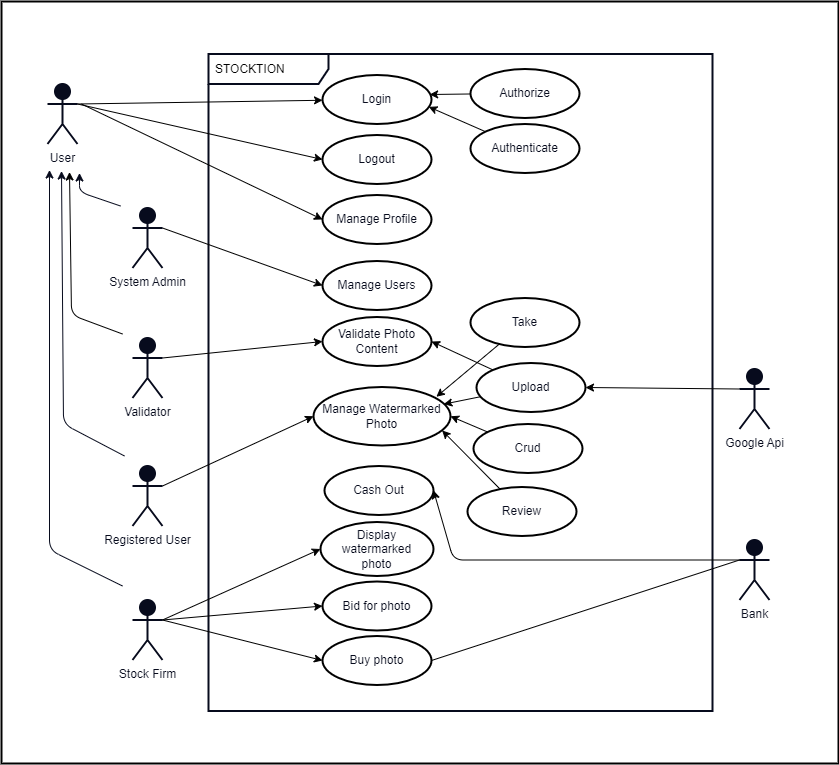
The draw.io diagram diagrams/use-case-diagram/use-case-diagram.png in staucktion/docs, before a commit. Source tidied: cells renumbered, new cells last; positions are measured from the earlier drawing's top-left corner, leaving out a move shared by most shapes.
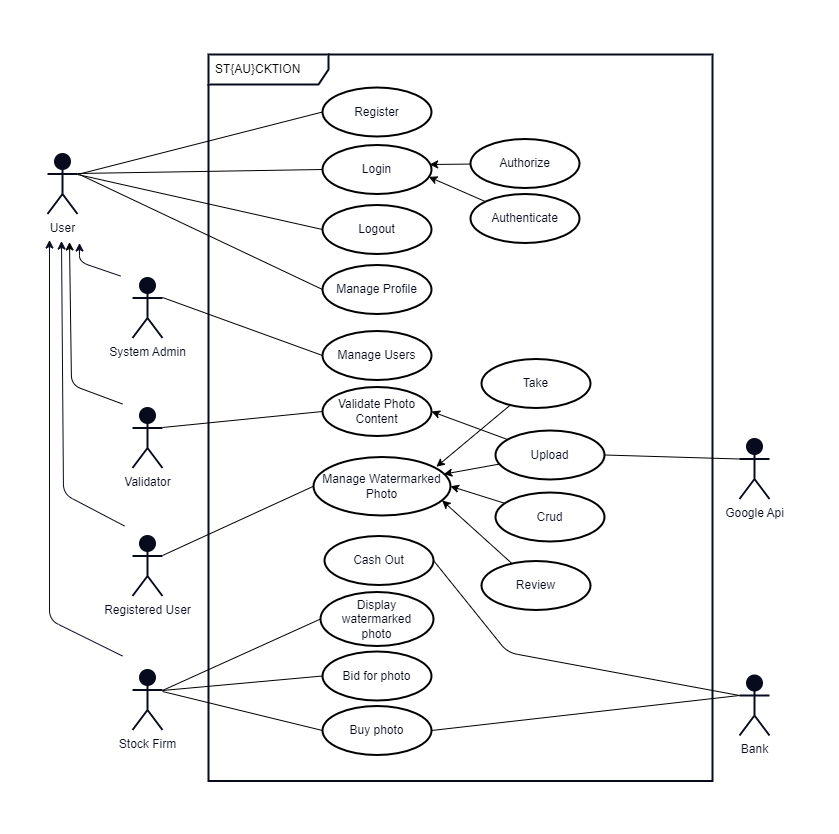
After the change.

Commit message:
update use case diagram

The edit, as a diff of the source:
```diff
@@ -2,8 +2,11 @@
   <root>
     <mxCell id="0" />
     <mxCell id="1" parent="0" />
+    <mxCell id="49" style="rounded=0;whiteSpace=wrap;html=1;strokeColor=#FFFFFF;strokeWidth=2;fontColor=#070B1D;fillColor=none;gradientColor=none;" parent="1" vertex="1">
+      <mxGeometry y="-70" width="837" height="832" as="geometry" />
+    </mxCell>
-    <mxCell id="2" value="STOCKTION" style="shape=umlFrame;whiteSpace=wrap;html=1;width=120;height=30;boundedLbl=1;verticalAlign=middle;align=left;spacingLeft=5;strokeWidth=2;swimlaneFillColor=none;perimeterSpacing=1;strokeColor=#070B1D;" parent="1" vertex="1">
-      <mxGeometry x="207" y="52.5" width="504" height="657" as="geometry" />
+    <mxCell id="2" value="ST{AU}CKTION" style="shape=umlFrame;whiteSpace=wrap;html=1;width=120;height=30;boundedLbl=1;verticalAlign=middle;align=left;spacingLeft=5;strokeWidth=2;swimlaneFillColor=none;perimeterSpacing=1;strokeColor=#070B1D;" parent="1" vertex="1">
+      <mxGeometry x="207" y="-17" width="504" height="726.5" as="geometry" />
     </mxCell>
     <mxCell id="3" style="edgeStyle=none;html=1;strokeColor=#070B1D;fontColor=#070B1D;" parent="1" edge="1">
       <mxGeometry relative="1" as="geometry">
@@ -14,23 +17,9 @@
         </Array>
       </mxGeometry>
     </mxCell>
-    <mxCell id="4" style="edgeStyle=none;rounded=1;html=1;exitX=1;exitY=0.3333333333333333;exitDx=0;exitDy=0;exitPerimeter=0;entryX=0;entryY=0.5;entryDx=0;entryDy=0;strokeColor=#000000;fontColor=#070B1D;" parent="1" edge="1" source="5" target="37">
-      <mxGeometry relative="1" as="geometry" />
-    </mxCell>
     <mxCell id="5" value="&lt;font color=&quot;#070b1d&quot;&gt;Registered User&lt;br&gt;&lt;/font&gt;" style="shape=umlActor;verticalLabelPosition=bottom;verticalAlign=top;html=1;strokeColor=#070B1D;strokeWidth=2;fillColor=#070B1D;gradientColor=none;" parent="1" vertex="1">
       <mxGeometry x="131" y="464.5" width="30" height="60" as="geometry" />
     </mxCell>
-    <mxCell id="6" style="edgeStyle=none;rounded=1;html=1;entryX=0;entryY=0.5;entryDx=0;entryDy=0;strokeColor=#000000;fontColor=#070B1D;" parent="1" edge="1" target="11">
-      <mxGeometry relative="1" as="geometry">
-        <mxPoint x="80" y="102.5" as="sourcePoint" />
-      </mxGeometry>
-    </mxCell>
-    <mxCell id="7" style="edgeStyle=none;rounded=1;html=1;strokeColor=#000000;fontColor=#070B1D;exitX=1;exitY=0.3333333333333333;exitDx=0;exitDy=0;exitPerimeter=0;" parent="1" edge="1" source="9" target="18">
-      <mxGeometry relative="1" as="geometry" />
-    </mxCell>
-    <mxCell id="8" style="edgeStyle=none;rounded=1;html=1;exitX=1;exitY=0.3333333333333333;exitDx=0;exitDy=0;exitPerimeter=0;entryX=0;entryY=0.5;entryDx=0;entryDy=0;strokeColor=#000000;fontColor=#070B1D;" parent="1" edge="1" source="9" target="19">
-      <mxGeometry relative="1" as="geometry" />
-    </mxCell>
     <mxCell id="9" value="&lt;font color=&quot;#070b1d&quot;&gt;User&lt;br&gt;&lt;/font&gt;" style="shape=umlActor;verticalLabelPosition=bottom;verticalAlign=top;html=1;strokeColor=#070B1D;strokeWidth=2;fillColor=#070B1D;gradientColor=none;" parent="1" vertex="1">
       <mxGeometry x="46" y="82.5" width="30" height="60" as="geometry" />
     </mxCell>
@@ -47,7 +36,7 @@
       <mxGeometry relative="1" as="geometry" />
     </mxCell>
     <mxCell id="14" value="Take" style="ellipse;whiteSpace=wrap;html=1;strokeColor=#000000;strokeWidth=2;fontColor=#070B1D;fillColor=none;gradientColor=none;" parent="1" vertex="1">
-      <mxGeometry x="469" y="296.5" width="109" height="49" as="geometry" />
+      <mxGeometry x="480" y="287.5" width="109" height="49" as="geometry" />
     </mxCell>
     <mxCell id="15" style="edgeStyle=none;rounded=1;html=1;entryX=0.951;entryY=0.293;entryDx=0;entryDy=0;entryPerimeter=0;strokeColor=#000000;fontColor=#070B1D;" parent="1" edge="1" source="17" target="37">
       <mxGeometry relative="1" as="geometry" />
@@ -56,7 +45,7 @@
       <mxGeometry relative="1" as="geometry" />
     </mxCell>
     <mxCell id="17" value="Upload" style="ellipse;whiteSpace=wrap;html=1;strokeColor=#000000;strokeWidth=2;fontColor=#070B1D;fillColor=none;gradientColor=none;" parent="1" vertex="1">
-      <mxGeometry x="475" y="361.5" width="109" height="49" as="geometry" />
+      <mxGeometry x="494" y="359" width="109" height="49" as="geometry" />
     </mxCell>
     <mxCell id="18" value="Login" style="ellipse;whiteSpace=wrap;html=1;strokeColor=#000000;strokeWidth=2;fontColor=#070B1D;fillColor=none;gradientColor=none;" parent="1" vertex="1">
       <mxGeometry x="321" y="73.5" width="109" height="49" as="geometry" />
@@ -67,37 +56,15 @@
     <mxCell id="20" value="Bid for photo" style="ellipse;whiteSpace=wrap;html=1;strokeColor=#000000;strokeWidth=2;fontColor=#070B1D;fillColor=none;gradientColor=none;" parent="1" vertex="1">
       <mxGeometry x="321" y="580" width="109" height="49" as="geometry" />
     </mxCell>
-    <mxCell id="21" style="edgeStyle=none;rounded=1;html=1;exitX=0;exitY=0.3333333333333333;exitDx=0;exitDy=0;exitPerimeter=0;entryX=1;entryY=0.5;entryDx=0;entryDy=0;strokeColor=#000000;fontColor=#070B1D;" parent="1" edge="1" source="22" target="12">
-      <mxGeometry relative="1" as="geometry">
-        <Array as="points">
-          <mxPoint x="452" y="558.5" />
-        </Array>
-      </mxGeometry>
-    </mxCell>
     <mxCell id="22" value="&lt;font color=&quot;#070b1d&quot;&gt;Bank&lt;br&gt;&lt;/font&gt;" style="shape=umlActor;verticalLabelPosition=bottom;verticalAlign=top;html=1;strokeColor=#070B1D;strokeWidth=2;fillColor=#070B1D;gradientColor=none;" parent="1" vertex="1">
-      <mxGeometry x="738" y="538.5" width="30" height="60" as="geometry" />
+      <mxGeometry x="738" y="604" width="30" height="60" as="geometry" />
     </mxCell>
-    <mxCell id="23" style="edgeStyle=none;rounded=1;html=1;exitX=0;exitY=0.3333333333333333;exitDx=0;exitDy=0;exitPerimeter=0;entryX=1;entryY=0.5;entryDx=0;entryDy=0;strokeColor=#000000;fontColor=#070B1D;" parent="1" edge="1" source="24" target="17">
-      <mxGeometry relative="1" as="geometry" />
-    </mxCell>
     <mxCell id="24" value="&lt;font color=&quot;#070b1d&quot;&gt;Google Api&lt;br&gt;&lt;/font&gt;" style="shape=umlActor;verticalLabelPosition=bottom;verticalAlign=top;html=1;strokeColor=#070B1D;strokeWidth=2;fillColor=#070B1D;gradientColor=none;" parent="1" vertex="1">
       <mxGeometry x="738" y="367.5" width="30" height="60" as="geometry" />
     </mxCell>
-    <mxCell id="25" style="edgeStyle=none;rounded=1;html=1;exitX=1;exitY=0.3333333333333333;exitDx=0;exitDy=0;exitPerimeter=0;entryX=0;entryY=0.5;entryDx=0;entryDy=0;strokeColor=#000000;fontColor=#070B1D;" parent="1" edge="1" source="28" target="20">
-      <mxGeometry relative="1" as="geometry" />
-    </mxCell>
-    <mxCell id="26" style="edgeStyle=none;rounded=1;html=1;exitX=1;exitY=0.3333333333333333;exitDx=0;exitDy=0;exitPerimeter=0;entryX=0;entryY=0.5;entryDx=0;entryDy=0;strokeColor=#000000;fontColor=#070B1D;" parent="1" edge="1" source="28" target="33">
-      <mxGeometry relative="1" as="geometry" />
-    </mxCell>
-    <mxCell id="27" style="edgeStyle=none;rounded=1;html=1;exitX=1;exitY=0.3333333333333333;exitDx=0;exitDy=0;exitPerimeter=0;entryX=0;entryY=0.5;entryDx=0;entryDy=0;strokeColor=#000000;fontColor=#070B1D;" parent="1" edge="1" source="28" target="34">
-      <mxGeometry relative="1" as="geometry" />
-    </mxCell>
     <mxCell id="28" value="&lt;font color=&quot;#070b1d&quot;&gt;Stock Firm&lt;br&gt;&lt;/font&gt;" style="shape=umlActor;verticalLabelPosition=bottom;verticalAlign=top;html=1;strokeColor=#070B1D;strokeWidth=2;fillColor=#070B1D;gradientColor=none;" parent="1" vertex="1">
       <mxGeometry x="131" y="598.5" width="30" height="60" as="geometry" />
     </mxCell>
-    <mxCell id="29" style="edgeStyle=none;rounded=1;html=1;exitX=1;exitY=0.3333333333333333;exitDx=0;exitDy=0;exitPerimeter=0;entryX=0;entryY=0.5;entryDx=0;entryDy=0;strokeColor=#000000;fontColor=#070B1D;" parent="1" edge="1" source="30" target="10">
-      <mxGeometry relative="1" as="geometry" />
-    </mxCell>
     <mxCell id="30" value="&lt;font color=&quot;#070b1d&quot;&gt;System Admin&lt;br&gt;&lt;/font&gt;" style="shape=umlActor;verticalLabelPosition=bottom;verticalAlign=top;html=1;strokeColor=#070B1D;strokeWidth=2;fillColor=#070B1D;gradientColor=none;" parent="1" vertex="1">
       <mxGeometry x="131" y="206.5" width="30" height="60" as="geometry" />
     </mxCell>
@@ -129,7 +96,7 @@
       <mxGeometry relative="1" as="geometry" />
     </mxCell>
     <mxCell id="36" value="Review" style="ellipse;whiteSpace=wrap;html=1;strokeColor=#000000;strokeWidth=2;fontColor=#070B1D;fillColor=none;gradientColor=none;" parent="1" vertex="1">
-      <mxGeometry x="466" y="485.5" width="109" height="49" as="geometry" />
+      <mxGeometry x="480" y="489.5" width="109" height="49" as="geometry" />
     </mxCell>
     <mxCell id="37" value="Manage Watermarked Photo" style="ellipse;whiteSpace=wrap;html=1;strokeColor=#000000;strokeWidth=2;fontColor=#070B1D;fillColor=none;gradientColor=none;" parent="1" vertex="1">
       <mxGeometry x="312" y="385.5" width="137" height="58.5" as="geometry" />
@@ -138,7 +105,7 @@
       <mxGeometry relative="1" as="geometry" />
     </mxCell>
     <mxCell id="39" value="Crud" style="ellipse;whiteSpace=wrap;html=1;strokeColor=#000000;strokeWidth=2;fontColor=#070B1D;fillColor=none;gradientColor=none;" parent="1" vertex="1">
-      <mxGeometry x="472" y="422.5" width="109" height="49" as="geometry" />
+      <mxGeometry x="494" y="421" width="109" height="49" as="geometry" />
     </mxCell>
     <mxCell id="40" style="edgeStyle=none;rounded=1;html=1;entryX=0.983;entryY=0.398;entryDx=0;entryDy=0;entryPerimeter=0;strokeColor=#000000;fontColor=#070B1D;" parent="1" edge="1" source="41" target="18">
       <mxGeometry relative="1" as="geometry" />
@@ -164,17 +131,74 @@
         </Array>
       </mxGeometry>
     </mxCell>
-    <mxCell id="46" style="edgeStyle=none;rounded=1;html=1;entryX=0;entryY=0.5;entryDx=0;entryDy=0;strokeColor=#000000;fontColor=#070B1D;exitX=1;exitY=0.3333333333333333;exitDx=0;exitDy=0;exitPerimeter=0;" parent="1" edge="1" source="47" target="44">
-      <mxGeometry relative="1" as="geometry" />
-    </mxCell>
     <mxCell id="47" value="&lt;font color=&quot;#070b1d&quot;&gt;Validator&lt;br&gt;&lt;/font&gt;" style="shape=umlActor;verticalLabelPosition=bottom;verticalAlign=top;html=1;strokeColor=#070B1D;strokeWidth=2;fillColor=#070B1D;gradientColor=none;" parent="1" vertex="1">
       <mxGeometry x="131" y="336.5" width="30" height="60" as="geometry" />
     </mxCell>
     <mxCell id="48" style="endArrow=none;html=1;rounded=1;strokeColor=#000000;fontColor=#070B1D;exitX=1;exitY=0.5;exitDx=0;exitDy=0;entryX=0;entryY=0.3333333333333333;entryDx=0;entryDy=0;entryPerimeter=0;" parent="1" edge="1" source="33" target="22">
       <mxGeometry relative="1" as="geometry" />
     </mxCell>
-    <mxCell id="49" style="rounded=0;whiteSpace=wrap;html=1;strokeColor=#000000;strokeWidth=2;fontColor=#070B1D;fillColor=none;gradientColor=none;" parent="1" vertex="1">
-      <mxGeometry width="837" height="762" as="geometry" />
-    </mxCell>
+    <mxCell id="23" style="endArrow=none;html=1;strokeColor=#000000;entryX=1;entryY=0.5;entryDx=0;entryDy=0;exitX=0;exitY=0.3333333333333333;exitDx=0;exitDy=0;exitPerimeter=0;" parent="1" edge="1" source="24" target="17">
+      <mxGeometry relative="1" as="geometry" />
+    </mxCell>
+    <mxCell id="21" style="endArrow=none;html=1;strokeColor=#000000;entryX=1;entryY=0.5;entryDx=0;entryDy=0;exitX=0;exitY=0.3333333333333333;exitDx=0;exitDy=0;exitPerimeter=0;" parent="1" edge="1" source="22" target="12">
+      <mxGeometry relative="1" as="geometry">
+        <Array as="points">
+          <mxPoint x="506" y="581" />
+        </Array>
+      </mxGeometry>
+    </mxCell>
+    <mxCell id="50" style="endArrow=none;html=1;strokeColor=#000000;entryX=1;entryY=0.5;entryDx=0;entryDy=0;exitX=0;exitY=0.5;exitDx=0;exitDy=0;" parent="1" edge="1" source="18">
+      <mxGeometry relative="1" as="geometry">
+        <mxPoint x="76" y="102" as="targetPoint" />
+      </mxGeometry>
+    </mxCell>
+    <mxCell id="51" style="endArrow=none;html=1;strokeColor=#000000;entryX=1;entryY=0.5;entryDx=0;entryDy=0;exitX=0;exitY=0.5;exitDx=0;exitDy=0;" parent="1" edge="1" source="19">
+      <mxGeometry relative="1" as="geometry">
+        <mxPoint x="76" y="103" as="targetPoint" />
+      </mxGeometry>
+    </mxCell>
+    <mxCell id="52" style="endArrow=none;html=1;strokeColor=#000000;entryX=1;entryY=0.5;entryDx=0;entryDy=0;exitX=0;exitY=0.5;exitDx=0;exitDy=0;" parent="1" edge="1" source="11">
+      <mxGeometry relative="1" as="geometry">
+        <mxPoint x="78" y="103" as="targetPoint" />
+      </mxGeometry>
+    </mxCell>
+    <mxCell id="53" style="endArrow=none;html=1;strokeColor=#000000;entryX=1;entryY=0.5;entryDx=0;entryDy=0;exitX=0;exitY=0.5;exitDx=0;exitDy=0;" parent="1" edge="1" source="10">
+      <mxGeometry relative="1" as="geometry">
+        <mxPoint x="161" y="226" as="targetPoint" />
+      </mxGeometry>
+    </mxCell>
+    <mxCell id="54" style="endArrow=none;html=1;strokeColor=#000000;entryX=1;entryY=0.5;entryDx=0;entryDy=0;exitX=0;exitY=0.5;exitDx=0;exitDy=0;" parent="1" edge="1" source="44">
+      <mxGeometry relative="1" as="geometry">
+        <mxPoint x="161" y="356" as="targetPoint" />
+      </mxGeometry>
+    </mxCell>
+    <mxCell id="55" style="endArrow=none;html=1;strokeColor=#000000;entryX=1;entryY=0.5;entryDx=0;entryDy=0;exitX=0;exitY=0.5;exitDx=0;exitDy=0;" parent="1" edge="1" source="37">
+      <mxGeometry relative="1" as="geometry">
+        <mxPoint x="161" y="484" as="targetPoint" />
+      </mxGeometry>
+    </mxCell>
+    <mxCell id="56" style="endArrow=none;html=1;strokeColor=#000000;entryX=1;entryY=0.5;entryDx=0;entryDy=0;exitX=0;exitY=0.5;exitDx=0;exitDy=0;" parent="1" edge="1" source="34">
+      <mxGeometry relative="1" as="geometry">
+        <mxPoint x="161" y="619" as="targetPoint" />
+      </mxGeometry>
+    </mxCell>
+    <mxCell id="57" style="endArrow=none;html=1;strokeColor=#000000;entryX=1;entryY=0.5;entryDx=0;entryDy=0;exitX=0;exitY=0.5;exitDx=0;exitDy=0;" parent="1" edge="1" source="20">
+      <mxGeometry relative="1" as="geometry">
+        <mxPoint x="161" y="619" as="targetPoint" />
+      </mxGeometry>
+    </mxCell>
+    <mxCell id="58" style="endArrow=none;html=1;strokeColor=#000000;entryX=1;entryY=0.5;entryDx=0;entryDy=0;exitX=0;exitY=0.5;exitDx=0;exitDy=0;" parent="1" edge="1" source="33">
+      <mxGeometry relative="1" as="geometry">
+        <mxPoint x="161" y="620" as="targetPoint" />
+      </mxGeometry>
+    </mxCell>
+    <mxCell id="59" value="Register" style="ellipse;whiteSpace=wrap;html=1;strokeColor=#000000;strokeWidth=2;fontColor=#070B1D;fillColor=none;gradientColor=none;" parent="1" vertex="1">
+      <mxGeometry x="321" y="16" width="109" height="49" as="geometry" />
+    </mxCell>
+    <mxCell id="60" style="endArrow=none;html=1;strokeColor=#000000;exitX=0;exitY=0.5;exitDx=0;exitDy=0;" parent="1" edge="1" source="59">
+      <mxGeometry relative="1" as="geometry">
+        <mxPoint x="76" y="103" as="targetPoint" />
+      </mxGeometry>
+    </mxCell>
   </root>
 </mxGraphModel>
```
